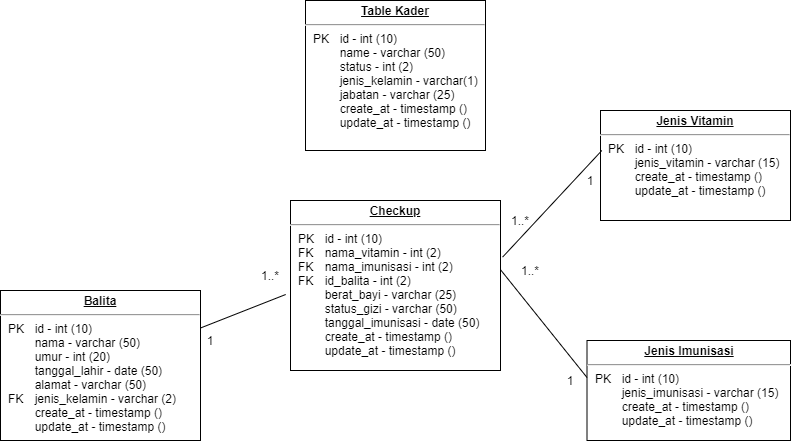
The draw.io diagram Untitled Diagram.png in danangsptro/SI_POSYANDU, before a commit. Source tidied: cells renumbered, new cells last; positions are measured from the earlier drawing's top-left corner, leaving out a move shared by most shapes.
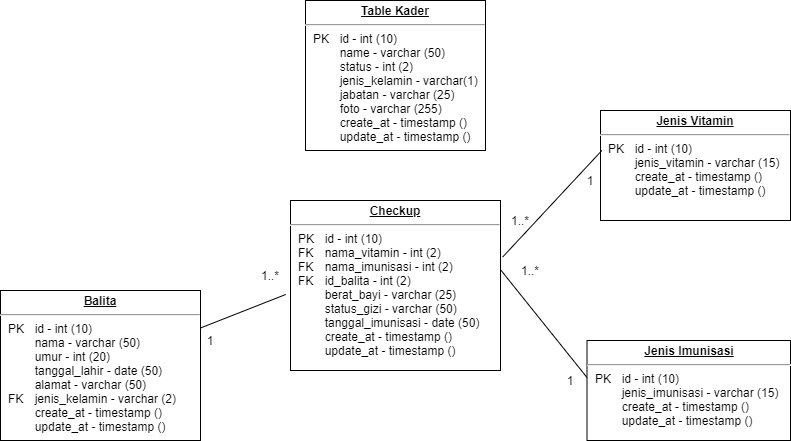
After the change.

The edit, as a diff of the source:
```diff
@@ -2,7 +2,7 @@
   <root>
     <mxCell id="0" />
     <mxCell id="1" parent="0" />
-    <mxCell id="2" value="&lt;p style=&quot;margin: 0px ; margin-top: 4px ; text-align: center ; text-decoration: underline&quot;&gt;&lt;b&gt;Table Kader&lt;/b&gt;&lt;/p&gt;&lt;hr&gt;&lt;p style=&quot;margin: 0px ; margin-left: 8px&quot;&gt;PK&lt;span style=&quot;white-space: pre&quot;&gt;&#9;&lt;/span&gt;id - int (10)&lt;/p&gt;&lt;p style=&quot;margin: 0px ; margin-left: 8px&quot;&gt;&lt;span style=&quot;white-space: pre&quot;&gt;&#9;&lt;/span&gt;name - varchar (50)&lt;/p&gt;&lt;p style=&quot;margin: 0px ; margin-left: 8px&quot;&gt;&lt;span style=&quot;white-space: pre&quot;&gt;&#9;&lt;/span&gt;status - int (2)&lt;br&gt;&lt;/p&gt;&lt;p style=&quot;margin: 0px ; margin-left: 8px&quot;&gt;&lt;span style=&quot;white-space: pre&quot;&gt;&#9;&lt;/span&gt;jenis_kelamin - varchar(1)&lt;br&gt;&lt;/p&gt;&lt;p style=&quot;margin: 0px ; margin-left: 8px&quot;&gt;&lt;span style=&quot;white-space: pre&quot;&gt;&#9;&lt;/span&gt;jabatan - varchar (25)&lt;br&gt;&lt;/p&gt;&lt;p style=&quot;margin: 0px ; margin-left: 8px&quot;&gt;&lt;span style=&quot;white-space: pre&quot;&gt;&#9;&lt;/span&gt;create_at - timestamp ()&lt;br&gt;&lt;/p&gt;&lt;p style=&quot;margin: 0px ; margin-left: 8px&quot;&gt;&lt;span style=&quot;white-space: pre&quot;&gt;&#9;&lt;/span&gt;update_at - timestamp ()&lt;br&gt;&lt;/p&gt;&lt;p style=&quot;margin: 0px ; margin-left: 8px&quot;&gt;&lt;span style=&quot;white-space: pre&quot;&gt;&#9;&lt;/span&gt;&lt;br&gt;&lt;/p&gt;&lt;p style=&quot;margin: 0px ; margin-left: 8px&quot;&gt;&lt;span style=&quot;white-space: pre&quot;&gt;&#9;&lt;/span&gt;&lt;br&gt;&lt;/p&gt;&lt;p style=&quot;margin: 0px ; margin-left: 8px&quot;&gt;&lt;span style=&quot;white-space: pre&quot;&gt;&#9;&lt;/span&gt;&lt;br&gt;&lt;/p&gt;" style="verticalAlign=top;align=left;overflow=fill;fontSize=12;fontFamily=Helvetica;html=1;" parent="1" vertex="1">
+    <mxCell id="2" value="&lt;p style=&quot;margin: 0px ; margin-top: 4px ; text-align: center ; text-decoration: underline&quot;&gt;&lt;b&gt;Table Kader&lt;/b&gt;&lt;/p&gt;&lt;hr&gt;&lt;p style=&quot;margin: 0px ; margin-left: 8px&quot;&gt;PK&lt;span style=&quot;white-space: pre&quot;&gt;&#9;&lt;/span&gt;id - int (10)&lt;/p&gt;&lt;p style=&quot;margin: 0px ; margin-left: 8px&quot;&gt;&lt;span style=&quot;white-space: pre&quot;&gt;&#9;&lt;/span&gt;name - varchar (50)&lt;/p&gt;&lt;p style=&quot;margin: 0px ; margin-left: 8px&quot;&gt;&lt;span style=&quot;white-space: pre&quot;&gt;&#9;&lt;/span&gt;status - int (2)&lt;br&gt;&lt;/p&gt;&lt;p style=&quot;margin: 0px ; margin-left: 8px&quot;&gt;&lt;span style=&quot;white-space: pre&quot;&gt;&#9;&lt;/span&gt;jenis_kelamin - varchar(1)&lt;br&gt;&lt;/p&gt;&lt;p style=&quot;margin: 0px ; margin-left: 8px&quot;&gt;&lt;span style=&quot;white-space: pre&quot;&gt;&#9;&lt;/span&gt;jabatan - varchar (25)&lt;br&gt;&lt;/p&gt;&lt;p style=&quot;margin: 0px ; margin-left: 8px&quot;&gt;&lt;span style=&quot;white-space: pre&quot;&gt;&#9;&lt;/span&gt;foto - varchar (255)&lt;br&gt;&lt;/p&gt;&lt;p style=&quot;margin: 0px ; margin-left: 8px&quot;&gt;&lt;span style=&quot;white-space: pre&quot;&gt;&#9;&lt;/span&gt;create_at - timestamp ()&lt;br&gt;&lt;/p&gt;&lt;p style=&quot;margin: 0px ; margin-left: 8px&quot;&gt;&lt;span style=&quot;white-space: pre&quot;&gt;&#9;&lt;/span&gt;update_at - timestamp ()&lt;br&gt;&lt;/p&gt;&lt;p style=&quot;margin: 0px ; margin-left: 8px&quot;&gt;&lt;span style=&quot;white-space: pre&quot;&gt;&#9;&lt;/span&gt;&lt;br&gt;&lt;/p&gt;&lt;p style=&quot;margin: 0px ; margin-left: 8px&quot;&gt;&lt;span style=&quot;white-space: pre&quot;&gt;&#9;&lt;/span&gt;&lt;br&gt;&lt;/p&gt;&lt;p style=&quot;margin: 0px ; margin-left: 8px&quot;&gt;&lt;span style=&quot;white-space: pre&quot;&gt;&#9;&lt;/span&gt;&lt;br&gt;&lt;/p&gt;" style="verticalAlign=top;align=left;overflow=fill;fontSize=12;fontFamily=Helvetica;html=1;" parent="1" vertex="1">
       <mxGeometry x="305" width="180" height="150" as="geometry" />
     </mxCell>
     <mxCell id="3" value="&lt;p style=&quot;margin: 0px ; margin-top: 4px ; text-align: center ; text-decoration: underline&quot;&gt;&lt;b&gt;Balita&lt;/b&gt;&lt;/p&gt;&lt;hr&gt;&lt;p style=&quot;margin: 0px ; margin-left: 8px&quot;&gt;PK&lt;span style=&quot;white-space: pre&quot;&gt;&#9;&lt;/span&gt;id - int (10)&lt;br&gt;&lt;span style=&quot;white-space: pre&quot;&gt;&#9;&lt;/span&gt;nama - varchar (50)&lt;/p&gt;&lt;p style=&quot;margin: 0px ; margin-left: 8px&quot;&gt;&lt;span style=&quot;white-space: pre&quot;&gt;&#9;&lt;/span&gt;umur - int (20)&lt;/p&gt;&lt;p style=&quot;margin: 0px ; margin-left: 8px&quot;&gt;&lt;span style=&quot;white-space: pre&quot;&gt;&#9;&lt;/span&gt;tanggal_lahir - date (50)&lt;/p&gt;&lt;p style=&quot;margin: 0px ; margin-left: 8px&quot;&gt;&lt;span style=&quot;white-space: pre&quot;&gt;&#9;&lt;/span&gt;alamat - varchar (50)&lt;br&gt;FK&lt;span style=&quot;white-space: pre&quot;&gt;&#9;&lt;/span&gt;jenis_kelamin - varchar (2)&lt;br&gt;&lt;/p&gt;&lt;p style=&quot;margin: 0px ; margin-left: 8px&quot;&gt;&lt;span style=&quot;white-space: pre&quot;&gt;&#9;&lt;/span&gt;create_at - timestamp ()&lt;br&gt;&lt;/p&gt;&lt;p style=&quot;margin: 0px ; margin-left: 8px&quot;&gt;&lt;span style=&quot;white-space: pre&quot;&gt;&#9;&lt;/span&gt;update_at - timestamp ()&lt;br&gt;&lt;/p&gt;" style="verticalAlign=top;align=left;overflow=fill;fontSize=12;fontFamily=Helvetica;html=1;" parent="1" vertex="1">
```
